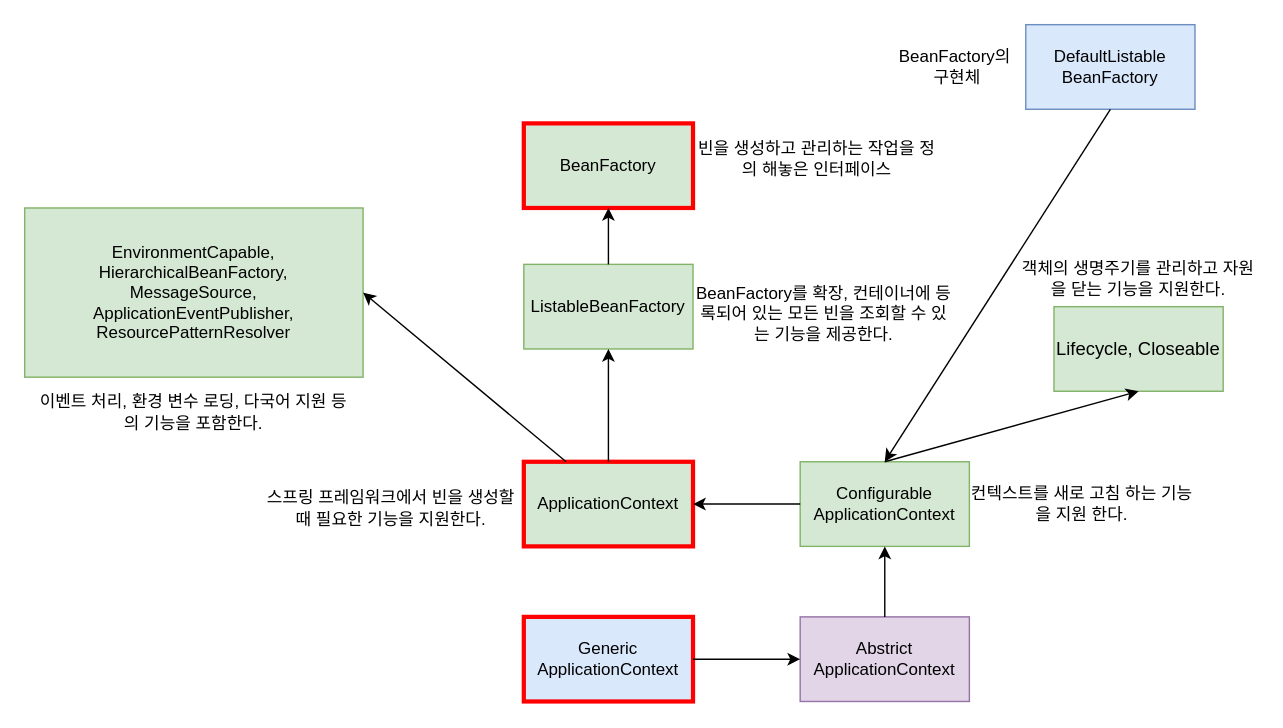
This is ApplcationContextDiagram.drawio from kkm06100/diagrams, a draw.io file, before an edit. Source tidied: cells renumbered, new cells numbered last; positions are measured from the earlier drawing's top-left corner, leaving out a move shared by most shapes. Both pictures are drawn from the tidied source at 141%, with x=0, y=0 at pixel (24, 24).
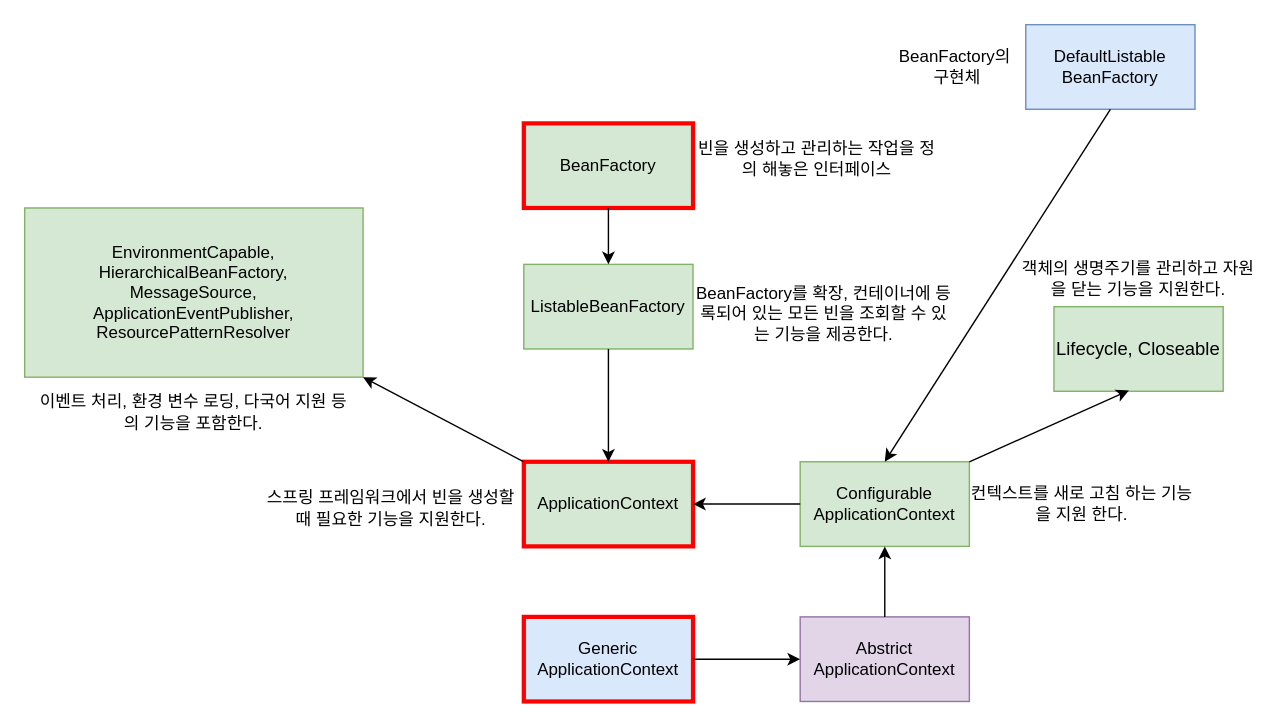
The same page after the edit.

Unchanged cells that the change refers to:
```xml
<mxCell id="2" value="ApplicationContext" style="rounded=0;whiteSpace=wrap;html=1;fillColor=#d5e8d4;strokeColor=#FF0000;strokeWidth=3;" parent="1" vertex="1">
  <mxGeometry x="354" y="310" width="120" height="60" as="geometry" />
</mxCell>
<mxCell id="3" value="ListableBeanFactory" style="rounded=0;whiteSpace=wrap;html=1;fillColor=#d5e8d4;strokeColor=#82b366;" parent="1" vertex="1">
  <mxGeometry x="354" y="170" width="120" height="60" as="geometry" />
</mxCell>
<mxCell id="7" value="EnvironmentCapable,&lt;br&gt; HierarchicalBeanFactory,&lt;div&gt;MessageSource,&lt;/div&gt;&lt;div&gt;ApplicationEventPublisher, ResourcePatternResolver&lt;/div&gt;" style="rounded=0;whiteSpace=wrap;html=1;fillColor=#d5e8d4;strokeColor=#82b366;" parent="1" vertex="1">
  <mxGeometry y="130" width="240" height="120" as="geometry" />
</mxCell>
<mxCell id="10" value="Configurable&lt;br&gt;ApplicationContext" style="rounded=0;whiteSpace=wrap;html=1;fillColor=#d5e8d4;strokeColor=#82b366;" parent="1" vertex="1">
  <mxGeometry x="550" y="310" width="120" height="60" as="geometry" />
</mxCell>
<mxCell id="16" value="&lt;div&gt;&lt;p style=&quot;font-size: 9.8pt;&quot;&gt;&lt;font face=&quot;Helvetica&quot; style=&quot;color: rgb(0, 0, 0);&quot;&gt;Lifecycle, Closeable&lt;/font&gt;&lt;/p&gt;&lt;/div&gt;" style="rounded=0;whiteSpace=wrap;html=1;fillColor=#d5e8d4;strokeColor=#82b366;" parent="1" vertex="1">
  <mxGeometry x="730" y="200" width="120" height="60" as="geometry" />
</mxCell>
<mxCell id="19" value="Abstrict&lt;div&gt;ApplicationContext&lt;/div&gt;" style="rounded=0;whiteSpace=wrap;html=1;fillColor=#e1d5e7;strokeColor=#9673a6;" parent="1" vertex="1">
  <mxGeometry x="550" y="420" width="120" height="60" as="geometry" />
</mxCell>
<mxCell id="20" value="Generic&lt;div&gt;&lt;span style=&quot;background-color: transparent; color: light-dark(rgb(0, 0, 0), rgb(255, 255, 255));&quot;&gt;ApplicationContext&lt;/span&gt;&lt;/div&gt;" style="rounded=0;whiteSpace=wrap;html=1;fillColor=#dae8fc;strokeColor=light-dark(#ff0000, #5c79a3);strokeWidth=3;" parent="1" vertex="1">
  <mxGeometry x="354" y="420" width="120" height="60" as="geometry" />
</mxCell>
<mxCell id="23" value="DefaultListable&lt;div&gt;BeanFactory&lt;/div&gt;" style="rounded=0;whiteSpace=wrap;html=1;fillColor=#dae8fc;strokeColor=#6c8ebf;" parent="1" vertex="1">
  <mxGeometry x="710" width="120" height="60" as="geometry" />
</mxCell>
```

Diff of the diagram source:
```diff
@@
-    <mxCell id="4" style="endArrow=classic;html=1;rounded=0;exitX=0.5;exitY=0;exitDx=0;exitDy=0;" parent="1" edge="1" source="2" target="3">
+    <mxCell id="4" style="endArrow=classic;html=1;rounded=0;exitX=0.5;exitY=1;exitDx=0;exitDy=0;entryX=0.5;entryY=0;entryDx=0;entryDy=0;" parent="1" edge="1" source="3" target="2">
       <mxGeometry relative="1" as="geometry" />
     </mxCell>
-    <mxCell id="5" value="BeanFactory" style="rounded=0;whiteSpace=wrap;html=1;fillColor=#d5e8d4;strokeColor=light-dark(#ff0000, #446e2c);strokeWidth=3;" parent="1" vertex="1">
+    <mxCell id="5" value="BeanFactory" style="rounded=0;whiteSpace=wrap;html=1;fillColor=#d5e8d4;strokeColor=light-dark(#ff0000, #446e2c);strokeWidth=3;glass=0;" parent="1" vertex="1">
       <mxGeometry x="354" y="70" width="120" height="60" as="geometry" />
     </mxCell>
-    <mxCell id="6" style="endArrow=classic;html=1;rounded=0;entryX=0.5;entryY=1;entryDx=0;entryDy=0;exitX=0.5;exitY=0;exitDx=0;exitDy=0;" parent="1" edge="1" source="3" target="5">
+    <mxCell id="6" style="endArrow=classic;html=1;rounded=0;exitX=0.5;exitY=1;exitDx=0;exitDy=0;entryX=0.5;entryY=0;entryDx=0;entryDy=0;" parent="1" edge="1" source="5" target="3">
       <mxGeometry relative="1" as="geometry" />
     </mxCell>
@@
-    <mxCell id="8" style="endArrow=classic;html=1;rounded=0;entryX=1;entryY=0.5;entryDx=0;entryDy=0;exitX=0.25;exitY=0;exitDx=0;exitDy=0;" parent="1" edge="1" source="2" target="7">
-      <mxGeometry relative="1" as="geometry" />
-    </mxCell>
@@
-    <mxCell id="17" style="endArrow=classic;html=1;rounded=0;exitX=0.5;exitY=0;exitDx=0;exitDy=0;entryX=0.5;entryY=1;entryDx=0;entryDy=0;" parent="1" edge="1" source="10" target="16">
+    <mxCell id="17" style="endArrow=classic;html=1;rounded=0;entryX=0.443;entryY=0.99;entryDx=0;entryDy=0;entryPerimeter=0;exitX=1;exitY=0;exitDx=0;exitDy=0;" parent="1" edge="1" source="10" target="16">
       <mxGeometry relative="1" as="geometry" />
     </mxCell>
@@
-    <mxCell id="21" style="endArrow=classic;html=1;rounded=0;" parent="1" edge="1" source="19" target="10">
+    <mxCell id="21" style="endArrow=classic;html=1;rounded=0;entryX=0.5;entryY=1;entryDx=0;entryDy=0;exitX=0.5;exitY=0;exitDx=0;exitDy=0;" parent="1" edge="1" source="19" target="10">
       <mxGeometry relative="1" as="geometry" />
     </mxCell>
-    <mxCell id="22" style="endArrow=classic;html=1;rounded=0;entryX=0;entryY=0.5;entryDx=0;entryDy=0;exitX=1;exitY=0.5;exitDx=0;exitDy=0;" parent="1" edge="1" source="20" target="19">
+    <mxCell id="22" style="endArrow=classic;html=1;rounded=0;exitX=1;exitY=0.5;exitDx=0;exitDy=0;entryX=0;entryY=0.5;entryDx=0;entryDy=0;" parent="1" edge="1" source="20" target="19">
       <mxGeometry relative="1" as="geometry" />
     </mxCell>
@@
-    <mxCell id="24" style="endArrow=classic;html=1;rounded=0;entryX=0.5;entryY=0;entryDx=0;entryDy=0;exitX=0.5;exitY=1;exitDx=0;exitDy=0;" parent="1" edge="1" source="23" target="10">
+    <mxCell id="24" style="endArrow=classic;html=1;rounded=0;exitX=0.5;exitY=1;exitDx=0;exitDy=0;entryX=0.5;entryY=0;entryDx=0;entryDy=0;" parent="1" edge="1" source="23" target="10">
       <mxGeometry relative="1" as="geometry" />
     </mxCell>
@@
+    <mxCell id="8" style="endArrow=classic;html=1;rounded=0;entryX=1;entryY=1;entryDx=0;entryDy=0;exitX=0;exitY=0;exitDx=0;exitDy=0;" parent="1" edge="1" source="2" target="7">
+      <mxGeometry relative="1" as="geometry" />
+    </mxCell>
```
